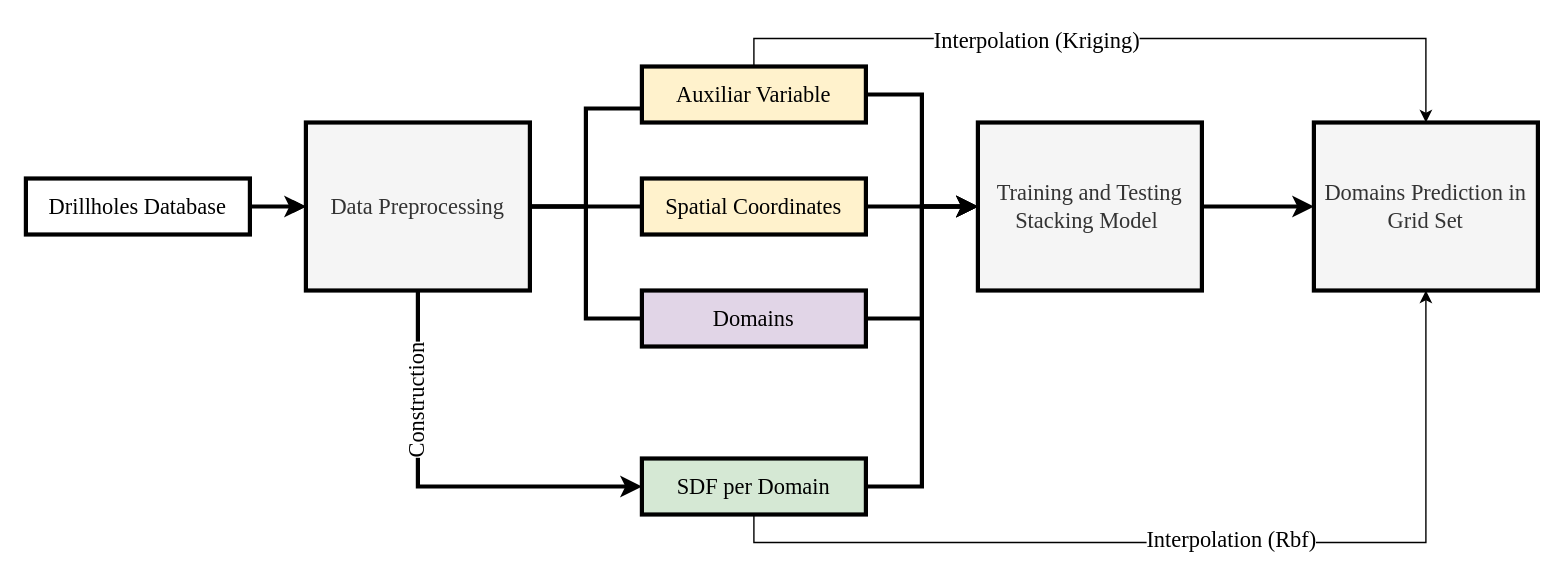
Before: flow_geology_research.drawio in heberallin/Trabajos, a draw.io diagram. Source tidied: cells renumbered, new cells numbered last; positions are measured from the earlier drawing's top-left corner, leaving out a move shared by most shapes. Both pictures are drawn from the tidied source at 140%, with x=0, y=0 at pixel (25, 66).
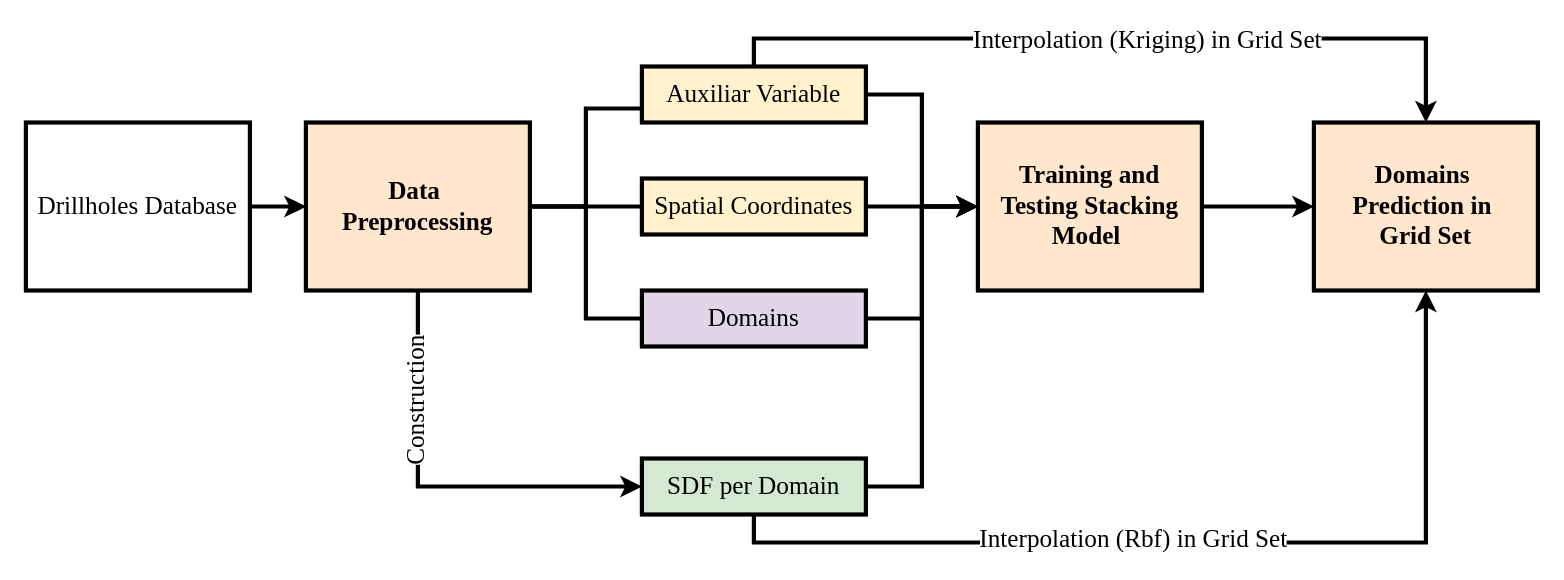
The same diagram, later.

The edit, as a diff of the source:
```diff
@@
-    <mxCell id="2" style="edgeStyle=orthogonalEdgeStyle;rounded=0;jettySize=auto;html=1;exitX=1;exitY=0.5;exitDx=0;exitDy=0;entryX=0;entryY=0.5;entryDx=0;entryDy=0;strokeWidth=3;fontSize=16;fontFamily=Times New Roman;" parent="1" edge="1" source="4" target="9">
+    <mxCell id="2" style="edgeStyle=orthogonalEdgeStyle;rounded=0;jettySize=auto;html=1;exitX=1;exitY=0.5;exitDx=0;exitDy=0;entryX=0;entryY=0.5;entryDx=0;entryDy=0;strokeWidth=3;fontSize=18;fontFamily=Times New Roman;fontStyle=1;" parent="1" edge="1" source="4" target="9">
       <mxGeometry relative="1" as="geometry" />
     </mxCell>
-    <mxCell id="3" style="edgeStyle=orthogonalEdgeStyle;rounded=0;jettySize=auto;html=1;fontFamily=Times New Roman;" parent="1" edge="1" source="4" target="9">
+    <mxCell id="3" style="edgeStyle=orthogonalEdgeStyle;rounded=0;jettySize=auto;html=1;fontFamily=Times New Roman;fontSize=18;fontStyle=1;" parent="1" edge="1" source="4" target="9">
       <mxGeometry relative="1" as="geometry" />
     </mxCell>
-    <mxCell id="4" value="&lt;font style=&quot;font-size: 16px;&quot;&gt;Drillholes Database&lt;/font&gt;" style="rounded=0;whiteSpace=wrap;html=1;strokeWidth=3;fillStyle=auto;glass=0;shadow=0;fontFamily=Times New Roman;fontSize=18;" parent="1" vertex="1">
-      <mxGeometry y="80" width="160" height="40" as="geometry" />
+    <mxCell id="4" value="&lt;font&gt;Drillholes Database&lt;/font&gt;" style="rounded=0;whiteSpace=wrap;html=1;strokeWidth=3;fillStyle=auto;glass=0;shadow=0;fontFamily=Times New Roman;fontSize=18;fontStyle=0;" parent="1" vertex="1">
+      <mxGeometry y="40" width="160" height="120" as="geometry" />
     </mxCell>
-    <mxCell id="5" style="rounded=0;jettySize=auto;html=1;exitX=0.5;exitY=1;exitDx=0;exitDy=0;entryX=0;entryY=0.5;entryDx=0;entryDy=0;endFill=1;edgeStyle=orthogonalEdgeStyle;strokeWidth=3;fontSize=16;fontFamily=Times New Roman;" parent="1" edge="1" source="9" target="21">
+    <mxCell id="5" style="rounded=0;jettySize=auto;html=1;exitX=0.5;exitY=1;exitDx=0;exitDy=0;entryX=0;entryY=0.5;entryDx=0;entryDy=0;endFill=1;edgeStyle=orthogonalEdgeStyle;strokeWidth=3;fontSize=18;fontFamily=Times New Roman;fontStyle=1;" parent="1" edge="1" source="9" target="21">
       <mxGeometry relative="1" as="geometry">
         <Array as="points">
           <mxPoint x="280" y="300" />
         </Array>
       </mxGeometry>
     </mxCell>
-    <mxCell id="6" value="Construction" style="edgeLabel;html=1;align=center;verticalAlign=middle;rotation=270;textShadow=0;fontSize=16;spacingTop=-4;spacing=2;spacingBottom=0;fontFamily=Times New Roman;" parent="5" vertex="1">
+    <mxCell id="6" value="Construction" style="edgeLabel;html=1;align=center;verticalAlign=middle;rotation=270;textShadow=0;fontSize=18;spacingTop=-4;spacing=2;spacingBottom=0;fontFamily=Times New Roman;fontStyle=0;" parent="5" vertex="1">
       <mxGeometry x="-0.48" y="5" relative="1" as="geometry">
         <mxPoint x="-5" y="2" as="offset" />
       </mxGeometry>
     </mxCell>
-    <mxCell id="7" style="edgeStyle=orthogonalEdgeStyle;rounded=0;jettySize=auto;html=1;exitX=1;exitY=0.5;exitDx=0;exitDy=0;entryX=0;entryY=0.5;entryDx=0;entryDy=0;endArrow=none;startFill=0;strokeWidth=3;fontSize=16;fontFamily=Times New Roman;" parent="1" edge="1" source="9" target="17">
+    <mxCell id="7" style="edgeStyle=orthogonalEdgeStyle;rounded=0;jettySize=auto;html=1;exitX=1;exitY=0.5;exitDx=0;exitDy=0;entryX=0;entryY=0.5;entryDx=0;entryDy=0;endArrow=none;startFill=0;strokeWidth=3;fontSize=18;fontFamily=Times New Roman;fontStyle=1;" parent="1" edge="1" source="9" target="17">
       <mxGeometry relative="1" as="geometry" />
     </mxCell>
-    <mxCell id="8" style="edgeStyle=orthogonalEdgeStyle;rounded=0;jettySize=auto;html=1;exitX=1;exitY=0.5;exitDx=0;exitDy=0;entryX=0;entryY=0.75;entryDx=0;entryDy=0;endArrow=none;startFill=0;strokeWidth=3;fontFamily=Times New Roman;" parent="1" edge="1" source="9" target="15">
+    <mxCell id="8" style="edgeStyle=orthogonalEdgeStyle;rounded=0;jettySize=auto;html=1;exitX=1;exitY=0.5;exitDx=0;exitDy=0;entryX=0;entryY=0.75;entryDx=0;entryDy=0;endArrow=none;startFill=0;strokeWidth=3;fontFamily=Times New Roman;fontSize=18;fontStyle=1;" parent="1" edge="1" source="9" target="15">
       <mxGeometry relative="1" as="geometry" />
     </mxCell>
-    <mxCell id="9" value="&lt;font&gt;Data Preprocessing&lt;/font&gt;" style="rounded=0;whiteSpace=wrap;html=1;strokeWidth=3;fillStyle=auto;glass=0;shadow=0;fontFamily=Times New Roman;fontSize=16;fillColor=#f5f5f5;fontColor=#333333;strokeColor=#000000;" parent="1" vertex="1">
+    <mxCell id="9" value="&lt;font&gt;Data&amp;nbsp;&lt;/font&gt;&lt;div&gt;&lt;font&gt;Preprocessing&lt;/font&gt;&lt;/div&gt;" style="rounded=0;whiteSpace=wrap;html=1;strokeWidth=3;fillStyle=auto;glass=0;shadow=0;fontFamily=Times New Roman;fontSize=18;fillColor=#ffe6cc;strokeColor=#000000;fontStyle=1;" parent="1" vertex="1">
       <mxGeometry x="200" y="40" width="160" height="120" as="geometry" />
     </mxCell>
-    <mxCell id="10" style="edgeStyle=orthogonalEdgeStyle;rounded=0;jettySize=auto;html=1;exitX=1;exitY=0.5;exitDx=0;exitDy=0;entryX=0;entryY=0.5;entryDx=0;entryDy=0;strokeWidth=3;fontFamily=Times New Roman;" parent="1" edge="1" source="11" target="25">
+    <mxCell id="10" style="edgeStyle=orthogonalEdgeStyle;rounded=0;jettySize=auto;html=1;exitX=1;exitY=0.5;exitDx=0;exitDy=0;entryX=0;entryY=0.5;entryDx=0;entryDy=0;strokeWidth=3;fontFamily=Times New Roman;fontSize=18;fontStyle=1;" parent="1" edge="1" source="11" target="25">
       <mxGeometry relative="1" as="geometry" />
     </mxCell>
-    <mxCell id="11" value="&lt;font&gt;Training and Testing Stacking Model&amp;nbsp;&lt;/font&gt;" style="rounded=0;whiteSpace=wrap;html=1;strokeWidth=3;fillStyle=auto;glass=0;shadow=0;fontFamily=Times New Roman;fontSize=16;fillColor=#f5f5f5;fontColor=#333333;strokeColor=#000000;" parent="1" vertex="1">
+    <mxCell id="11" value="&lt;font&gt;Training and Testing Stacking Model&amp;nbsp;&lt;/font&gt;" style="rounded=0;whiteSpace=wrap;html=1;strokeWidth=3;fillStyle=auto;glass=0;shadow=0;fontFamily=Times New Roman;fontSize=18;fillColor=#ffe6cc;strokeColor=#000000;fontStyle=1;" parent="1" vertex="1">
       <mxGeometry x="680" y="40" width="160" height="120" as="geometry" />
     </mxCell>
-    <mxCell id="12" style="edgeStyle=orthogonalEdgeStyle;rounded=0;jettySize=auto;html=1;exitX=1;exitY=0.5;exitDx=0;exitDy=0;entryX=0;entryY=0.5;entryDx=0;entryDy=0;endArrow=classic;startFill=0;strokeWidth=3;endFill=1;fontFamily=Times New Roman;" parent="1" edge="1" source="15" target="11">
+    <mxCell id="12" style="edgeStyle=orthogonalEdgeStyle;rounded=0;jettySize=auto;html=1;exitX=1;exitY=0.5;exitDx=0;exitDy=0;entryX=0;entryY=0.5;entryDx=0;entryDy=0;endArrow=classic;startFill=0;strokeWidth=3;endFill=1;fontFamily=Times New Roman;fontSize=18;fontStyle=1;" parent="1" edge="1" source="15" target="11">
       <mxGeometry relative="1" as="geometry" />
     </mxCell>
-    <mxCell id="13" style="edgeStyle=orthogonalEdgeStyle;rounded=0;jettySize=auto;html=1;exitX=0.5;exitY=0;exitDx=0;exitDy=0;entryX=0.5;entryY=0;entryDx=0;entryDy=0;fontFamily=Times New Roman;" parent="1" edge="1" source="15" target="25">
+    <mxCell id="13" style="edgeStyle=orthogonalEdgeStyle;rounded=0;jettySize=auto;html=1;exitX=0.5;exitY=0;exitDx=0;exitDy=0;entryX=0.5;entryY=0;entryDx=0;entryDy=0;fontFamily=Times New Roman;fontSize=18;fontStyle=1;strokeWidth=3;" parent="1" edge="1" source="15" target="25">
       <mxGeometry relative="1" as="geometry" />
     </mxCell>
-    <mxCell id="14" value="Interpolation (Kriging)" style="edgeLabel;html=1;align=center;verticalAlign=middle;fontSize=16;fontFamily=Times New Roman;" parent="13" vertex="1">
+    <mxCell id="14" value="Interpolation (Kriging) in Grid Set" style="edgeLabel;html=1;align=center;verticalAlign=middle;fontSize=18;fontFamily=Times New Roman;fontStyle=0;" parent="13" vertex="1">
       <mxGeometry x="-0.26" y="-5" relative="1" as="geometry">
-        <mxPoint x="14" y="-5" as="offset" />
+        <mxPoint x="93" y="-5" as="offset" />
       </mxGeometry>
     </mxCell>
-    <mxCell id="15" value="Auxiliar Variable" style="rounded=0;whiteSpace=wrap;html=1;strokeWidth=3;fillStyle=auto;glass=0;shadow=0;fontFamily=Times New Roman;fontSize=16;fillColor=#fff2cc;strokeColor=#000000;" parent="1" vertex="1">
+    <mxCell id="15" value="Auxiliar Variable" style="rounded=0;whiteSpace=wrap;html=1;strokeWidth=3;fillStyle=auto;glass=0;shadow=0;fontFamily=Times New Roman;fontSize=18;fillColor=#fff2cc;strokeColor=#000000;fontStyle=0;" parent="1" vertex="1">
       <mxGeometry x="440" width="160" height="40" as="geometry" />
     </mxCell>
-    <mxCell id="16" style="edgeStyle=orthogonalEdgeStyle;rounded=0;jettySize=auto;html=1;exitX=1;exitY=0.5;exitDx=0;exitDy=0;entryX=0;entryY=0.5;entryDx=0;entryDy=0;endArrow=classic;startFill=0;strokeWidth=3;endFill=1;fontFamily=Times New Roman;" parent="1" edge="1" source="17" target="11">
+    <mxCell id="16" style="edgeStyle=orthogonalEdgeStyle;rounded=0;jettySize=auto;html=1;exitX=1;exitY=0.5;exitDx=0;exitDy=0;entryX=0;entryY=0.5;entryDx=0;entryDy=0;endArrow=classic;startFill=0;strokeWidth=3;endFill=1;fontFamily=Times New Roman;fontSize=18;fontStyle=1;" parent="1" edge="1" source="17" target="11">
       <mxGeometry relative="1" as="geometry" />
     </mxCell>
-    <mxCell id="17" value="Spatial Coordinates" style="rounded=0;whiteSpace=wrap;html=1;strokeWidth=3;fillStyle=auto;glass=0;shadow=0;fontFamily=Times New Roman;fontSize=16;fillColor=#fff2cc;strokeColor=#000000;" parent="1" vertex="1">
+    <mxCell id="17" value="Spatial Coordinates" style="rounded=0;whiteSpace=wrap;html=1;strokeWidth=3;fillStyle=auto;glass=0;shadow=0;fontFamily=Times New Roman;fontSize=18;fillColor=#fff2cc;strokeColor=#000000;fontStyle=0;" parent="1" vertex="1">
       <mxGeometry x="440" y="80" width="160" height="40" as="geometry" />
     </mxCell>
-    <mxCell id="18" style="edgeStyle=orthogonalEdgeStyle;rounded=0;jettySize=auto;html=1;exitX=1;exitY=0.5;exitDx=0;exitDy=0;entryX=0;entryY=0.5;entryDx=0;entryDy=0;endArrow=classic;startFill=0;strokeWidth=3;endFill=1;fontFamily=Times New Roman;" parent="1" edge="1" source="21" target="11">
+    <mxCell id="18" style="edgeStyle=orthogonalEdgeStyle;rounded=0;jettySize=auto;html=1;exitX=1;exitY=0.5;exitDx=0;exitDy=0;entryX=0;entryY=0.5;entryDx=0;entryDy=0;endArrow=classic;startFill=0;strokeWidth=3;endFill=1;fontFamily=Times New Roman;fontSize=18;fontStyle=1;" parent="1" edge="1" source="21" target="11">
       <mxGeometry relative="1" as="geometry" />
     </mxCell>
-    <mxCell id="19" style="edgeStyle=orthogonalEdgeStyle;rounded=0;jettySize=auto;html=1;exitX=0.5;exitY=1;exitDx=0;exitDy=0;entryX=0.5;entryY=1;entryDx=0;entryDy=0;fontFamily=Times New Roman;" parent="1" edge="1" source="21" target="25">
+    <mxCell id="19" style="edgeStyle=orthogonalEdgeStyle;rounded=0;jettySize=auto;html=1;exitX=0.5;exitY=1;exitDx=0;exitDy=0;entryX=0.5;entryY=1;entryDx=0;entryDy=0;fontFamily=Times New Roman;fontSize=18;fontStyle=1;strokeWidth=3;" parent="1" edge="1" source="21" target="25">
       <mxGeometry relative="1" as="geometry" />
     </mxCell>
-    <mxCell id="20" value="&lt;font&gt;Interpolation (Rbf)&lt;/font&gt;" style="edgeLabel;html=1;align=center;verticalAlign=middle;fontSize=16;fontFamily=Times New Roman;" parent="19" vertex="1">
+    <mxCell id="20" value="&lt;font&gt;Interpolation (Rbf) in Grid Set&lt;/font&gt;" style="edgeLabel;html=1;align=center;verticalAlign=middle;fontSize=18;fontFamily=Times New Roman;fontStyle=0;" parent="19" vertex="1">
       <mxGeometry x="0.21" y="3" relative="1" as="geometry">
-        <mxPoint x="-51" as="offset" />
+        <mxPoint x="-121" as="offset" />
       </mxGeometry>
     </mxCell>
-    <mxCell id="21" value="&lt;font&gt;SDF per Domain&lt;/font&gt;" style="rounded=0;whiteSpace=wrap;html=1;strokeWidth=3;fillStyle=auto;glass=0;shadow=0;fontFamily=Times New Roman;fontSize=16;fillColor=#d5e8d4;strokeColor=#000000;" parent="1" vertex="1">
+    <mxCell id="21" value="&lt;font&gt;SDF per Domain&lt;/font&gt;" style="rounded=0;whiteSpace=wrap;html=1;strokeWidth=3;fillStyle=auto;glass=0;shadow=0;fontFamily=Times New Roman;fontSize=18;fillColor=#d5e8d4;strokeColor=#000000;fontStyle=0;" parent="1" vertex="1">
       <mxGeometry x="440" y="280" width="160" height="40" as="geometry" />
     </mxCell>
-    <mxCell id="22" style="edgeStyle=orthogonalEdgeStyle;rounded=0;jettySize=auto;html=1;exitX=1;exitY=0.5;exitDx=0;exitDy=0;entryX=0;entryY=0.5;entryDx=0;entryDy=0;endArrow=classic;startFill=0;strokeWidth=3;endFill=1;fontFamily=Times New Roman;" parent="1" edge="1" source="23" target="11">
+    <mxCell id="22" style="edgeStyle=orthogonalEdgeStyle;rounded=0;jettySize=auto;html=1;exitX=1;exitY=0.5;exitDx=0;exitDy=0;entryX=0;entryY=0.5;entryDx=0;entryDy=0;endArrow=classic;startFill=0;strokeWidth=3;endFill=1;fontFamily=Times New Roman;fontSize=18;fontStyle=1;" parent="1" edge="1" source="23" target="11">
       <mxGeometry relative="1" as="geometry" />
     </mxCell>
-    <mxCell id="23" value="&lt;font&gt;Domains&lt;/font&gt;" style="rounded=0;whiteSpace=wrap;html=1;strokeWidth=3;fillStyle=auto;glass=0;shadow=0;fontFamily=Times New Roman;fontSize=16;fillColor=#e1d5e7;strokeColor=#000000;" parent="1" vertex="1">
+    <mxCell id="23" value="&lt;font&gt;Domains&lt;/font&gt;" style="rounded=0;whiteSpace=wrap;html=1;strokeWidth=3;fillStyle=auto;glass=0;shadow=0;fontFamily=Times New Roman;fontSize=18;fillColor=#e1d5e7;strokeColor=#000000;fontStyle=0;" parent="1" vertex="1">
       <mxGeometry x="440" y="160" width="160" height="40" as="geometry" />
     </mxCell>
-    <mxCell id="24" style="edgeStyle=orthogonalEdgeStyle;rounded=0;jettySize=auto;html=1;exitX=1;exitY=0.5;exitDx=0;exitDy=0;entryX=0;entryY=0.5;entryDx=0;entryDy=0;endArrow=none;startFill=0;strokeWidth=3;fontSize=16;fontFamily=Times New Roman;" parent="1" edge="1" source="9" target="23">
+    <mxCell id="24" style="edgeStyle=orthogonalEdgeStyle;rounded=0;jettySize=auto;html=1;exitX=1;exitY=0.5;exitDx=0;exitDy=0;entryX=0;entryY=0.5;entryDx=0;entryDy=0;endArrow=none;startFill=0;strokeWidth=3;fontSize=18;fontFamily=Times New Roman;fontStyle=1;" parent="1" edge="1" source="9" target="23">
       <mxGeometry relative="1" as="geometry" />
     </mxCell>
-    <mxCell id="25" value="&lt;font&gt;Domains Prediction in Grid Set&lt;/font&gt;" style="rounded=0;whiteSpace=wrap;html=1;strokeWidth=3;fillStyle=auto;glass=0;shadow=0;fontFamily=Times New Roman;fontSize=16;fillColor=#f5f5f5;fontColor=#333333;strokeColor=#000000;" parent="1" vertex="1">
+    <mxCell id="25" value="&lt;font&gt;Domains&amp;nbsp;&lt;/font&gt;&lt;div&gt;&lt;font&gt;Prediction in&amp;nbsp;&lt;/font&gt;&lt;/div&gt;&lt;div&gt;&lt;font&gt;Grid Set&lt;/font&gt;&lt;/div&gt;" style="rounded=0;whiteSpace=wrap;html=1;strokeWidth=3;fillStyle=auto;glass=0;shadow=0;fontFamily=Times New Roman;fontSize=18;fillColor=#ffe6cc;strokeColor=#000000;fontStyle=1;" parent="1" vertex="1">
       <mxGeometry x="920" y="40" width="160" height="120" as="geometry" />
     </mxCell>
```
